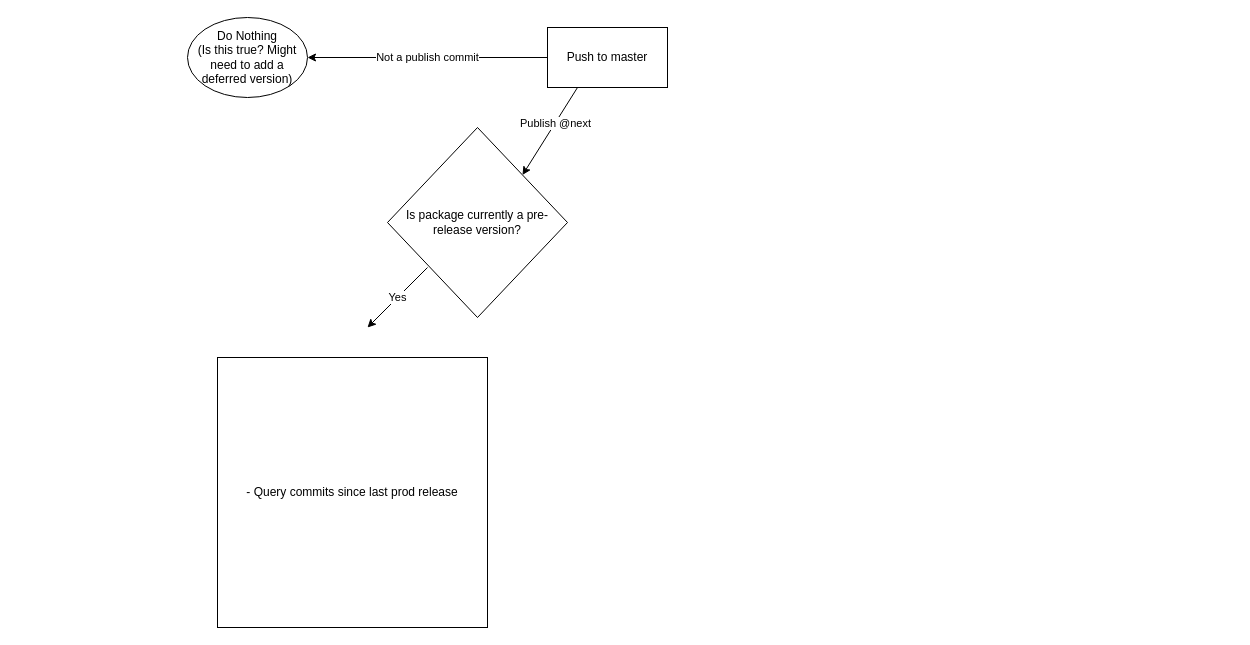
This is scl-release-flow/Untitled Diagram.drawio from nthurow/draw-io, a draw.io file, before an edit. Source tidied: cells renumbered, new cells numbered last; positions are measured from the earlier drawing's top-left corner, leaving out a move shared by most shapes. Both pictures are drawn from the tidied source at 100%, with x=0, y=0 at pixel (187, 17).
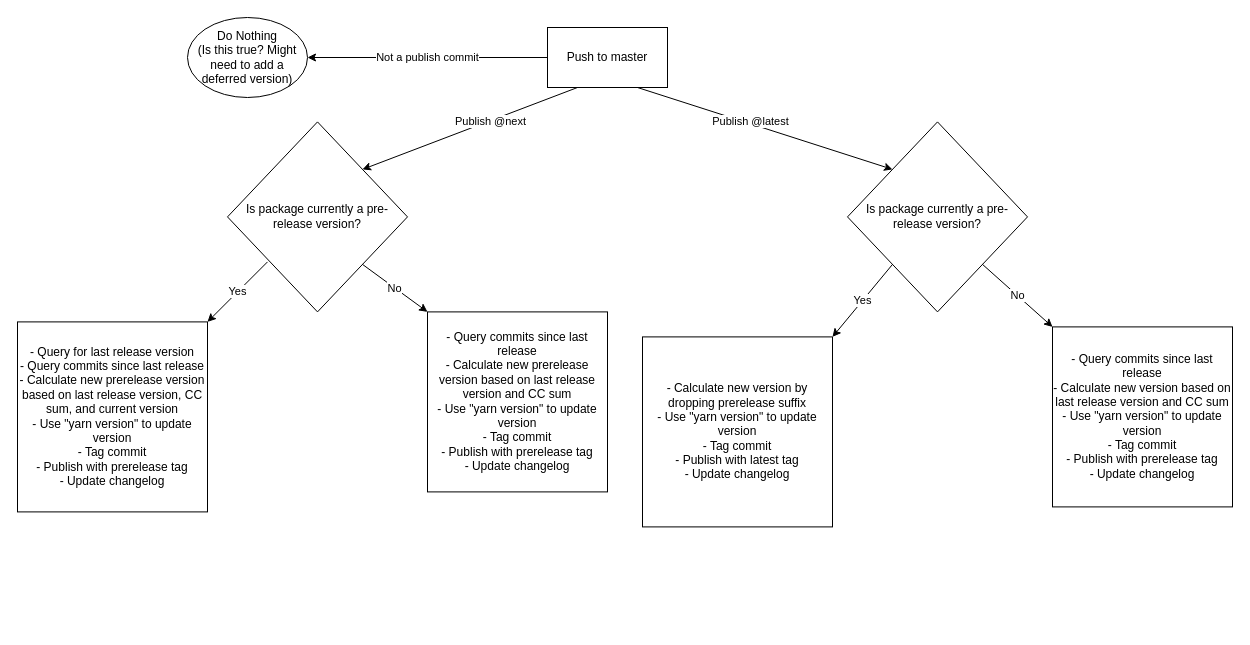
Above is the later version.

Commit message:
Additions to release process

Unchanged cells that the change refers to:
```xml
<mxCell id="2" value="Push to master" style="rounded=0;whiteSpace=wrap;html=1;" parent="1" vertex="1">
  <mxGeometry x="360" y="10" width="120" height="60" as="geometry" />
</mxCell>
```

Diff of the diagram source:
```diff
@@
     <mxCell id="7" value="Is package currently a pre-release version?" style="rhombus;whiteSpace=wrap;html=1;" parent="1" vertex="1">
-      <mxGeometry x="200" y="110" width="180" height="190" as="geometry" />
+      <mxGeometry x="40" y="104.4" width="180" height="190" as="geometry" />
     </mxCell>
     <mxCell id="8" value="Yes" style="endArrow=classic;html=1;" parent="1" edge="1">
       <mxGeometry relative="1" as="geometry">
-        <mxPoint x="240" y="250" as="sourcePoint" />
-        <mxPoint x="180" y="310" as="targetPoint" />
+        <mxPoint x="80" y="244.4" as="sourcePoint" />
+        <mxPoint x="20" y="304.4" as="targetPoint" />
       </mxGeometry>
     </mxCell>
-    <mxCell id="9" value="- Query commits since last prod release" style="whiteSpace=wrap;html=1;" parent="1" vertex="1">
-      <mxGeometry x="30" y="340" width="270" height="270" as="geometry" />
+    <mxCell id="9" value="- Query for last release version&lt;br&gt;- Query commits since last release&lt;br&gt;- Calculate new prerelease version based on last release version, CC sum, and current version&lt;br&gt;- Use &quot;yarn version&quot; to update version&lt;br&gt;- Tag commit&lt;br&gt;- Publish with prerelease tag&lt;br&gt;- Update changelog" style="whiteSpace=wrap;html=1;" parent="1" vertex="1">
+      <mxGeometry x="-170" y="304.4" width="190" height="190" as="geometry" />
     </mxCell>
+    <mxCell id="10" value="No" style="endArrow=classic;html=1;exitX=1;exitY=1;exitDx=0;exitDy=0;" parent="1" edge="1" source="7">
+      <mxGeometry relative="1" as="geometry">
+        <mxPoint x="240" y="294.4" as="targetPoint" />
+      </mxGeometry>
+    </mxCell>
+    <mxCell id="11" value="- Query commits since last release&lt;br&gt;- Calculate new prerelease version based on last release version and CC sum&lt;br&gt;- Use &quot;yarn version&quot; to update version&lt;br&gt;- Tag commit&lt;br&gt;- Publish with prerelease tag&lt;br&gt;- Update changelog" style="whiteSpace=wrap;html=1;" parent="1" vertex="1">
+      <mxGeometry x="240" y="294.4" width="180" height="180" as="geometry" />
+    </mxCell>
+    <mxCell id="12" style="endArrow=classic;html=1;exitX=0.75;exitY=1;exitDx=0;exitDy=0;entryX=0;entryY=0;entryDx=0;entryDy=0;" parent="1" edge="1" source="2" target="14">
+      <mxGeometry relative="1" as="geometry" />
+    </mxCell>
+    <mxCell id="13" value="Publish @latest" style="edgeLabel;html=1;align=center;verticalAlign=middle;" parent="12" vertex="1">
+      <mxGeometry x="-0.13" y="2" relative="1" as="geometry" />
+    </mxCell>
+    <mxCell id="14" value="Is package currently a pre-release version?" style="rhombus;whiteSpace=wrap;html=1;" parent="1" vertex="1">
+      <mxGeometry x="660" y="104.4" width="180" height="190" as="geometry" />
+    </mxCell>
+    <mxCell id="15" value="Yes" style="endArrow=classic;html=1;exitX=0;exitY=1;exitDx=0;exitDy=0;" parent="1" edge="1" source="14">
+      <mxGeometry relative="1" as="geometry">
+        <mxPoint x="645" y="319.4" as="targetPoint" />
+      </mxGeometry>
+    </mxCell>
+    <mxCell id="16" value="- Calculate new version by dropping prerelease suffix&lt;br&gt;- Use &quot;yarn version&quot; to update version&lt;br&gt;- Tag commit&lt;br&gt;- Publish with latest tag&lt;br&gt;- Update changelog" style="whiteSpace=wrap;html=1;" parent="1" vertex="1">
+      <mxGeometry x="455" y="319.4" width="190" height="190" as="geometry" />
+    </mxCell>
+    <mxCell id="17" value="No" style="endArrow=classic;html=1;exitX=1;exitY=1;exitDx=0;exitDy=0;" parent="1" edge="1" source="14">
+      <mxGeometry relative="1" as="geometry">
+        <mxPoint x="865" y="309.4" as="targetPoint" />
+      </mxGeometry>
+    </mxCell>
+    <mxCell id="18" value="- Query commits since last release&lt;br&gt;- Calculate new version based on last release version and CC sum&lt;br&gt;- Use &quot;yarn version&quot; to update version&lt;br&gt;- Tag commit&lt;br&gt;- Publish with prerelease tag&lt;br&gt;- Update changelog" style="whiteSpace=wrap;html=1;" parent="1" vertex="1">
+      <mxGeometry x="865" y="309.4" width="180" height="180" as="geometry" />
+    </mxCell>
```
